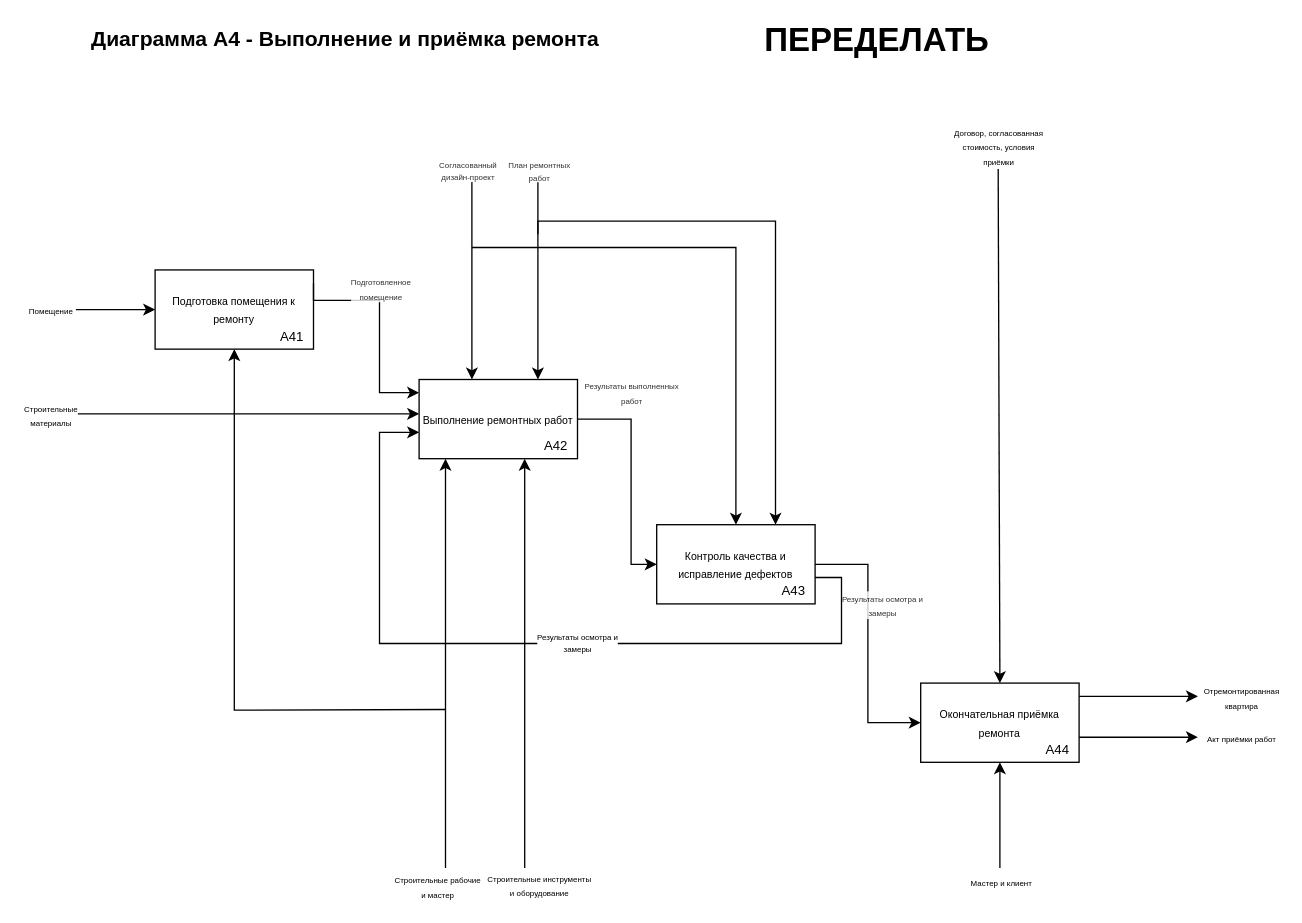
This is page "А4" (8 of 11) of sem-5/miabp/lab-3/diagram.drawio from anodev996/uni-works, a draw.io file, before an edit. Source tidied: cells renumbered, new cells numbered last; positions are measured from the earlier drawing's top-left corner, leaving out a move shared by most shapes. Both pictures are drawn from the tidied source at 132%, with x=0, y=0 at pixel (75, 22).
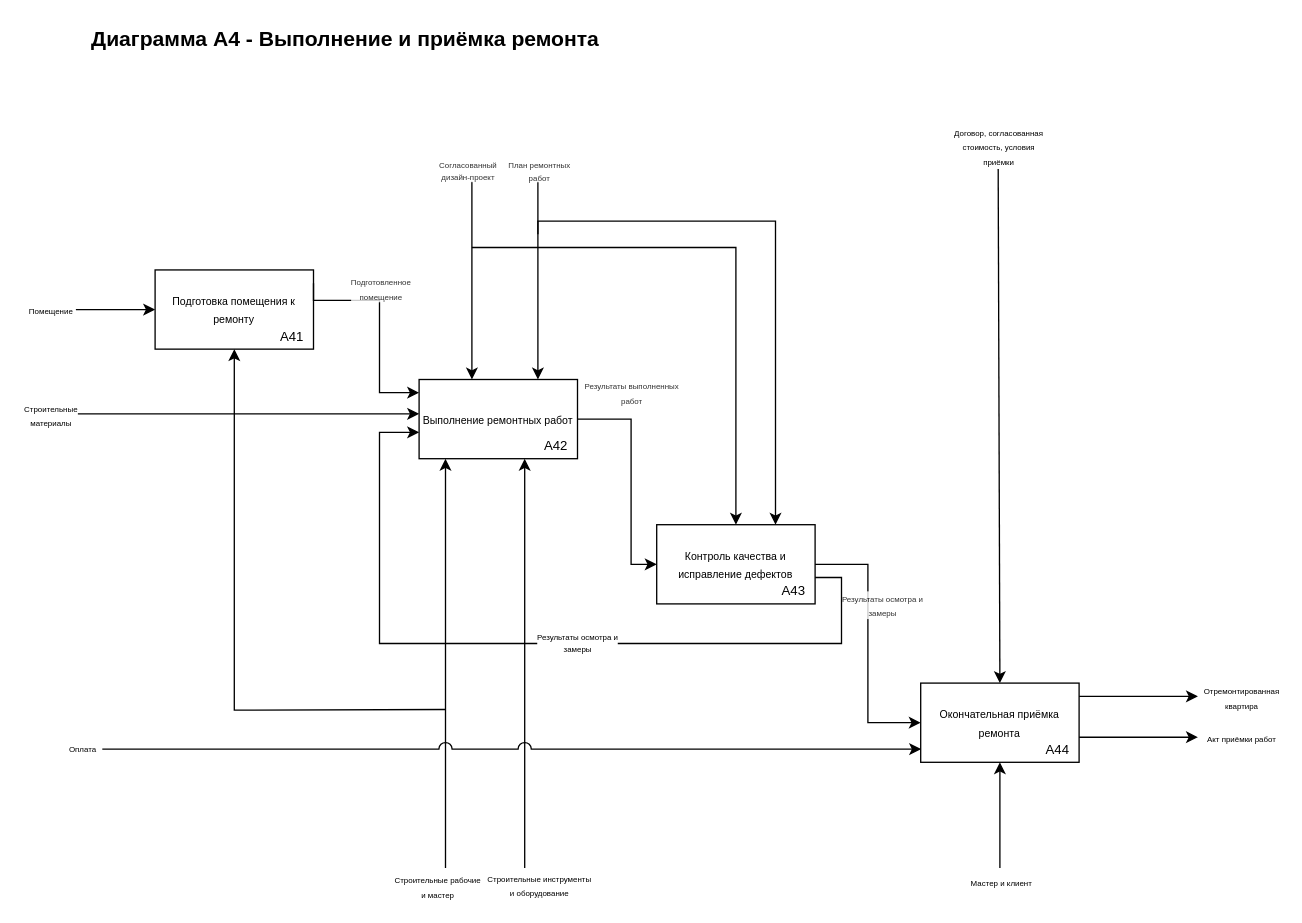
The same page after the edit.

What changed in the source:
```diff
@@
-    <mxCell id="46" value="&lt;div style=&quot;line-height: 100%;&quot;&gt;&lt;div align=&quot;left&quot;&gt;&lt;b&gt;&lt;font style=&quot;font-size: 25px;&quot;&gt;ПЕРЕДЕЛАТЬ&lt;/font&gt;&lt;/b&gt;&lt;/div&gt;&lt;/div&gt;" style="text;whiteSpace=wrap;html=1;align=left;" parent="1" vertex="1">
-      <mxGeometry x="520" width="190" height="40" as="geometry" />
-    </mxCell>
+    <mxCell id="47" style="endArrow=classic;html=1;rounded=0;strokeColor=default;align=center;verticalAlign=middle;fontFamily=Helvetica;fontSize=11;fontColor=default;labelBackgroundColor=default;jumpStyle=arc;jumpSize=10;" parent="1" edge="1">
+      <mxGeometry relative="1" as="geometry">
+        <mxPoint x="20" y="550" as="sourcePoint" />
+        <mxPoint x="640.3" y="550" as="targetPoint" />
+      </mxGeometry>
+    </mxCell>
+    <mxCell id="48" value="&lt;div style=&quot;line-height: 8.8px;&quot;&gt;&lt;span style=&quot;font-size: 6px;&quot;&gt;Оплата&lt;/span&gt;&lt;/div&gt;" style="edgeLabel;html=1;align=center;verticalAlign=middle;inheritText=1;" parent="47" vertex="1">
+      <mxGeometry x="-0.97" y="-1" relative="1" as="geometry">
+        <mxPoint x="-25" y="-2" as="offset" />
+      </mxGeometry>
+    </mxCell>
```
